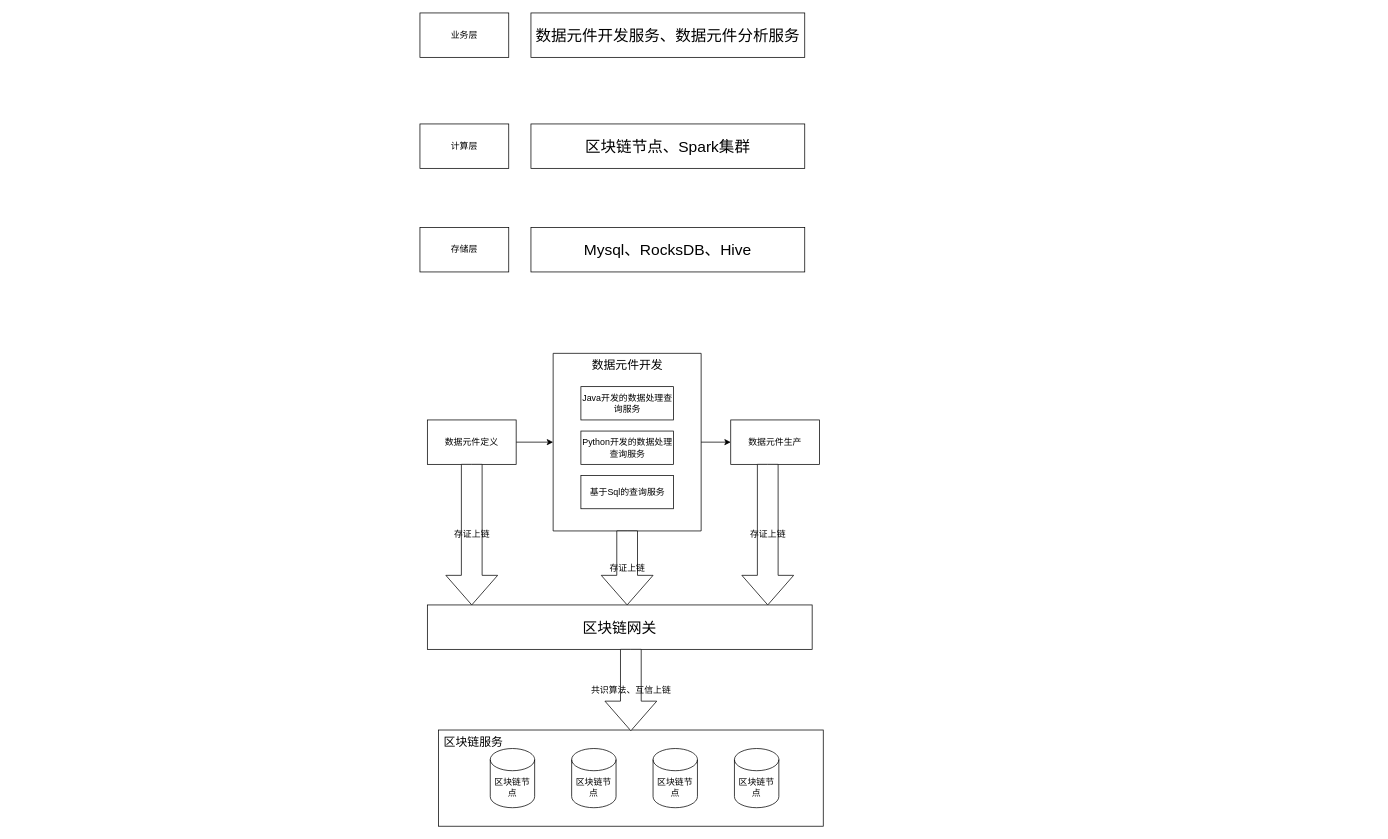
Above: diagrams/Untitled Diagram.drawio in cenxi/utils (draw.io), before the change. Source tidied: cells renumbered, new cells numbered last; positions are measured from the earlier drawing's top-left corner, leaving out a move shared by most shapes. Both pictures are drawn from the tidied source at 74%, with x=0, y=0 at pixel (420, 13).
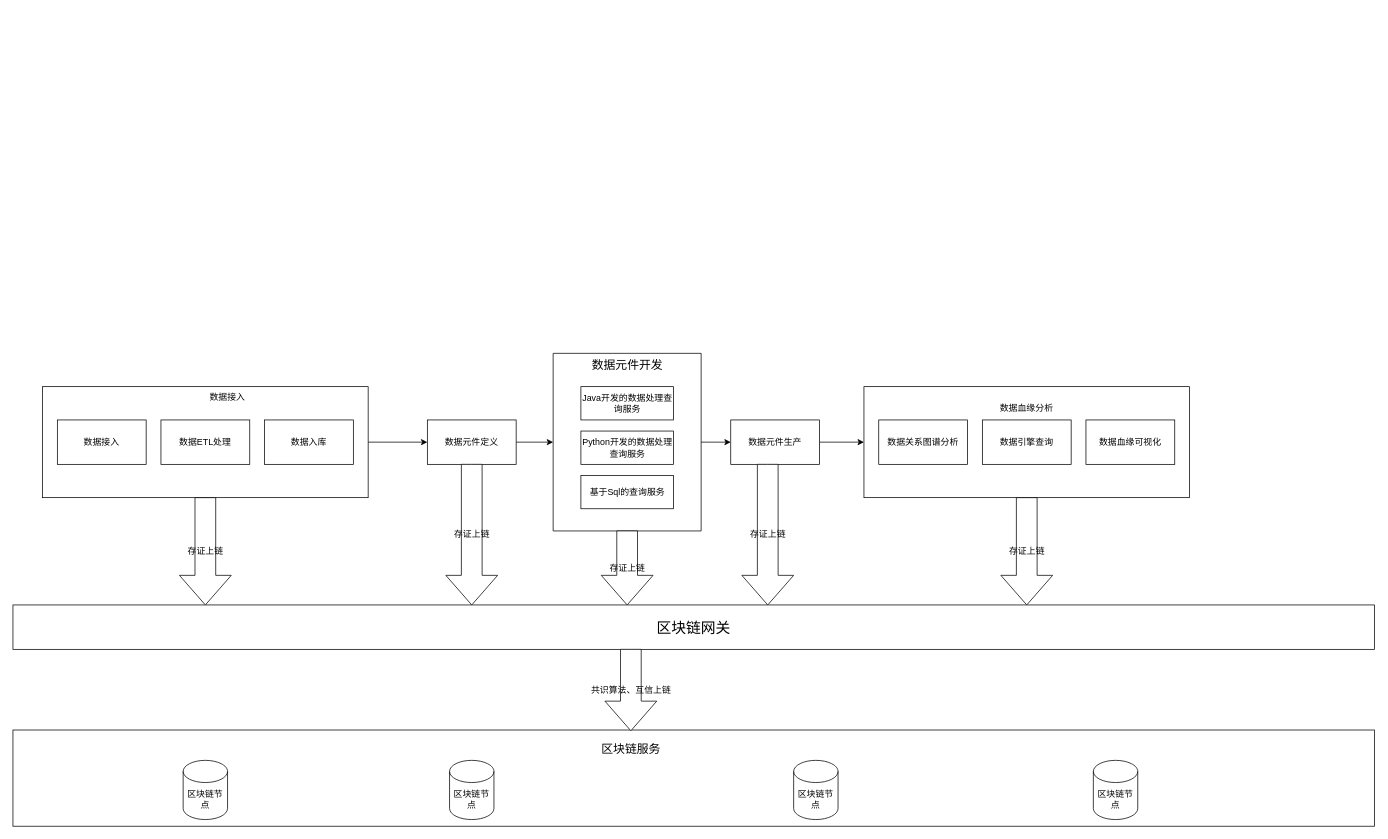
After the change.

The change refers to these unchanged cells:
```xml
<mxCell id="9" value="数据元件定义" style="rounded=0;whiteSpace=wrap;html=1;" parent="1" vertex="1">
  <mxGeometry x="10" y="550" width="120" height="60" as="geometry" />
</mxCell>
<mxCell id="10" value="数据元件生产" style="rounded=0;whiteSpace=wrap;html=1;" parent="1" vertex="1">
  <mxGeometry x="420" y="550" width="120" height="60" as="geometry" />
</mxCell>
```

The edit, as a diff of the source:
```diff
@@
-    <mxCell id="2" value="存储层" style="rounded=0;whiteSpace=wrap;html=1;" parent="1" vertex="1">
-      <mxGeometry y="290" width="120" height="60" as="geometry" />
-    </mxCell>
-    <mxCell id="3" value="&lt;font style=&quot;font-size: 21px;&quot;&gt;Mysql、RocksDB、Hive&lt;/font&gt;" style="rounded=0;whiteSpace=wrap;html=1;" parent="1" vertex="1">
-      <mxGeometry x="150" y="290" width="370" height="60" as="geometry" />
-    </mxCell>
-    <mxCell id="4" value="计算层" style="rounded=0;whiteSpace=wrap;html=1;" parent="1" vertex="1">
-      <mxGeometry y="150" width="120" height="60" as="geometry" />
-    </mxCell>
-    <mxCell id="5" value="&lt;span style=&quot;font-size: 21px;&quot;&gt;区块链节点、Spark集群&lt;/span&gt;" style="rounded=0;whiteSpace=wrap;html=1;" parent="1" vertex="1">
-      <mxGeometry x="150" y="150" width="370" height="60" as="geometry" />
-    </mxCell>
-    <mxCell id="6" value="业务层" style="rounded=0;whiteSpace=wrap;html=1;" parent="1" vertex="1">
-      <mxGeometry width="120" height="60" as="geometry" />
-    </mxCell>
-    <mxCell id="7" value="&lt;span style=&quot;font-size: 21px;&quot;&gt;数据元件开发服务、数据元件分析服务&lt;/span&gt;" style="rounded=0;whiteSpace=wrap;html=1;" parent="1" vertex="1">
-      <mxGeometry x="150" width="370" height="60" as="geometry" />
-    </mxCell>
+    <mxCell id="28" style="edgeStyle=orthogonalEdgeStyle;rounded=0;jettySize=auto;html=1;entryX=0;entryY=0.5;entryDx=0;entryDy=0;" parent="1" edge="1" source="29" target="9">
+      <mxGeometry relative="1" as="geometry" />
+    </mxCell>
+    <mxCell id="29" style="rounded=0;whiteSpace=wrap;html=1;" parent="1" vertex="1">
+      <mxGeometry x="-510" y="505" width="440" height="150" as="geometry" />
+    </mxCell>
@@
+    <mxCell id="30" style="edgeStyle=orthogonalEdgeStyle;rounded=0;jettySize=auto;html=1;" parent="1" edge="1" source="10" target="41">
+      <mxGeometry relative="1" as="geometry" />
+    </mxCell>
@@
     <mxCell id="11" value="&lt;font style=&quot;font-size: 20px;&quot;&gt;区块链网关&lt;/font&gt;" style="rounded=0;whiteSpace=wrap;html=1;" parent="1" vertex="1">
-      <mxGeometry x="10" y="800" width="520" height="60" as="geometry" />
+      <mxGeometry x="-550" y="800" width="1840" height="60" as="geometry" />
     </mxCell>
@@
-    <mxCell id="14" style="rounded=0;whiteSpace=wrap;html=1;" parent="1" vertex="1">
-      <mxGeometry x="25" y="969" width="520" height="130" as="geometry" />
-    </mxCell>
-    <mxCell id="15" value="区块链节点" style="shape=cylinder3;whiteSpace=wrap;html=1;boundedLbl=1;backgroundOutline=1;size=15;" parent="1" vertex="1">
-      <mxGeometry x="95" y="994" width="60" height="80" as="geometry" />
-    </mxCell>
-    <mxCell id="16" value="区块链节点" style="shape=cylinder3;whiteSpace=wrap;html=1;boundedLbl=1;backgroundOutline=1;size=15;" parent="1" vertex="1">
-      <mxGeometry x="205" y="994" width="60" height="80" as="geometry" />
-    </mxCell>
-    <mxCell id="17" value="区块链节点" style="shape=cylinder3;whiteSpace=wrap;html=1;boundedLbl=1;backgroundOutline=1;size=15;" parent="1" vertex="1">
-      <mxGeometry x="315" y="994" width="60" height="80" as="geometry" />
-    </mxCell>
-    <mxCell id="18" value="区块链节点" style="shape=cylinder3;whiteSpace=wrap;html=1;boundedLbl=1;backgroundOutline=1;size=15;" parent="1" vertex="1">
-      <mxGeometry x="425" y="994" width="60" height="80" as="geometry" />
-    </mxCell>
+    <mxCell id="31" style="rounded=0;whiteSpace=wrap;html=1;" parent="1" vertex="1">
+      <mxGeometry x="-550" y="969" width="1840" height="130" as="geometry" />
+    </mxCell>
+    <mxCell id="32" value="区块链节点" style="shape=cylinder3;whiteSpace=wrap;html=1;boundedLbl=1;backgroundOutline=1;size=15;" parent="1" vertex="1">
+      <mxGeometry x="-320" y="1010" width="60" height="80" as="geometry" />
+    </mxCell>
+    <mxCell id="33" value="区块链节点" style="shape=cylinder3;whiteSpace=wrap;html=1;boundedLbl=1;backgroundOutline=1;size=15;" parent="1" vertex="1">
+      <mxGeometry x="40" y="1010" width="60" height="80" as="geometry" />
+    </mxCell>
+    <mxCell id="34" value="区块链节点" style="shape=cylinder3;whiteSpace=wrap;html=1;boundedLbl=1;backgroundOutline=1;size=15;" parent="1" vertex="1">
+      <mxGeometry x="505" y="1010" width="60" height="80" as="geometry" />
+    </mxCell>
+    <mxCell id="35" value="区块链节点" style="shape=cylinder3;whiteSpace=wrap;html=1;boundedLbl=1;backgroundOutline=1;size=15;" parent="1" vertex="1">
+      <mxGeometry x="910" y="1010" width="60" height="80" as="geometry" />
+    </mxCell>
     <mxCell id="19" value="&lt;font style=&quot;font-size: 16px;&quot;&gt;区块链服务&lt;/font&gt;" style="text;html=1;strokeColor=none;fillColor=none;align=center;verticalAlign=middle;whiteSpace=wrap;rounded=0;" parent="1" vertex="1">
-      <mxGeometry x="25" y="970" width="95" height="30" as="geometry" />
+      <mxGeometry x="237.5" y="980" width="95" height="30" as="geometry" />
     </mxCell>
@@
+    <mxCell id="36" value="数据接入" style="rounded=0;whiteSpace=wrap;html=1;" parent="1" vertex="1">
+      <mxGeometry x="-490" y="550" width="120" height="60" as="geometry" />
+    </mxCell>
+    <mxCell id="37" value="数据ETL处理" style="rounded=0;whiteSpace=wrap;html=1;" parent="1" vertex="1">
+      <mxGeometry x="-350" y="550" width="120" height="60" as="geometry" />
+    </mxCell>
+    <mxCell id="38" value="数据入库" style="rounded=0;whiteSpace=wrap;html=1;" parent="1" vertex="1">
+      <mxGeometry x="-210" y="550" width="120" height="60" as="geometry" />
+    </mxCell>
+    <mxCell id="39" value="数据接入" style="text;html=1;strokeColor=none;fillColor=none;align=center;verticalAlign=middle;whiteSpace=wrap;rounded=0;" parent="1" vertex="1">
+      <mxGeometry x="-290" y="505" width="60" height="30" as="geometry" />
+    </mxCell>
+    <mxCell id="40" value="存证上链" style="html=1;shadow=0;dashed=0;align=center;verticalAlign=middle;shape=mxgraph.arrows2.arrow;dy=0.6;dx=40;direction=south;notch=0;" parent="1" vertex="1">
+      <mxGeometry x="-325" y="655" width="70" height="145" as="geometry" />
+    </mxCell>
+    <mxCell id="41" style="rounded=0;whiteSpace=wrap;html=1;" parent="1" vertex="1">
+      <mxGeometry x="600" y="505" width="440" height="150" as="geometry" />
+    </mxCell>
+    <mxCell id="42" value="数据关系图谱分析" style="rounded=0;whiteSpace=wrap;html=1;" parent="1" vertex="1">
+      <mxGeometry x="620" y="550" width="120" height="60" as="geometry" />
+    </mxCell>
+    <mxCell id="43" value="数据引擎查询" style="rounded=0;whiteSpace=wrap;html=1;" parent="1" vertex="1">
+      <mxGeometry x="760" y="550" width="120" height="60" as="geometry" />
+    </mxCell>
+    <mxCell id="44" value="数据血缘可视化" style="rounded=0;whiteSpace=wrap;html=1;" parent="1" vertex="1">
+      <mxGeometry x="900" y="550" width="120" height="60" as="geometry" />
+    </mxCell>
+    <mxCell id="45" value="数据血缘分析" style="text;html=1;strokeColor=none;fillColor=none;align=center;verticalAlign=middle;whiteSpace=wrap;rounded=0;" parent="1" vertex="1">
+      <mxGeometry x="775" y="520" width="90" height="30" as="geometry" />
+    </mxCell>
+    <mxCell id="46" value="存证上链" style="html=1;shadow=0;dashed=0;align=center;verticalAlign=middle;shape=mxgraph.arrows2.arrow;dy=0.6;dx=40;direction=south;notch=0;" parent="1" vertex="1">
+      <mxGeometry x="785" y="655" width="70" height="145" as="geometry" />
+    </mxCell>
```
